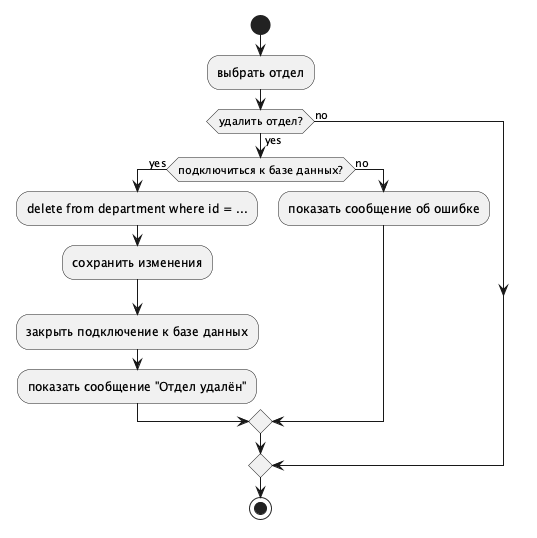
Earlier version of the PlantUML export 1 семестр/lab06-activity/src/act-05-delete.png (olegstiv/kravchuk.o). Its diagram source:
```plantuml
@startuml
start
:выбрать отдел;
if (удалить отдел?) then (yes)
  if (подключиться к базе данных?) then (yes)
    :delete from department where id = ...;
    :сохранить изменения;
    :закрыть подключение к базе данных;
    :показать сообщение "Отдел удалён";
  else (no)
    :показать сообщение об ошибке;
  endif
else (no)
endif
stop
@enduml
```
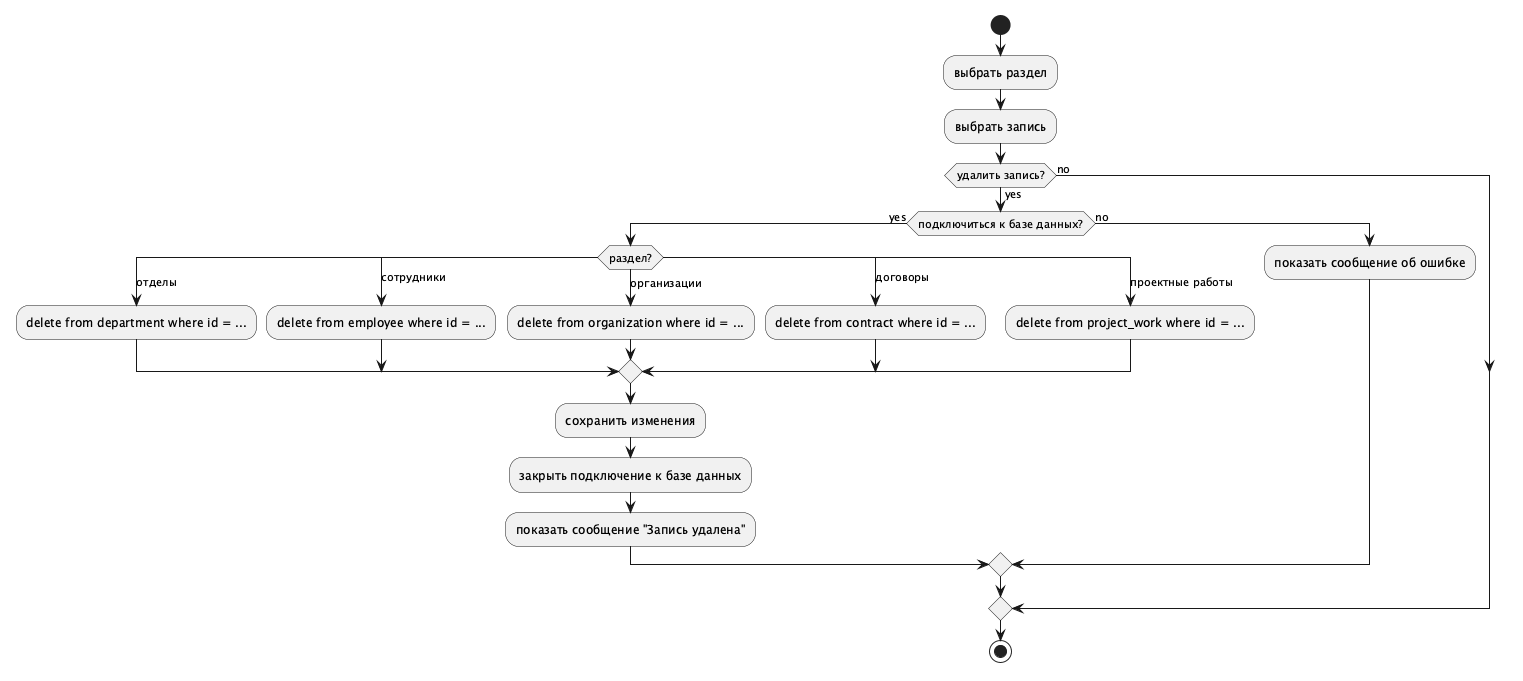
Above is the later version.

Change to the diagram source:
```diff
@@ -1,12 +1,24 @@
 @startuml
 start
-:выбрать отдел;
-if (удалить отдел?) then (yes)
+:выбрать раздел;
+:выбрать запись;
+if (удалить запись?) then (yes)
   if (подключиться к базе данных?) then (yes)
-    :delete from department where id = ...;
+    switch (раздел?)
+    case (отделы)
+      :delete from department where id = ...;
+    case (сотрудники)
+      :delete from employee where id = ...;
+    case (организации)
+      :delete from organization where id = ...;
+    case (договоры)
+      :delete from contract where id = ...;
+    case (проектные работы)
+      :delete from project_work where id = ...;
+    endswitch
     :сохранить изменения;
     :закрыть подключение к базе данных;
-    :показать сообщение "Отдел удалён";
+    :показать сообщение "Запись удалена";
   else (no)
     :показать сообщение об ошибке;
   endif
```
